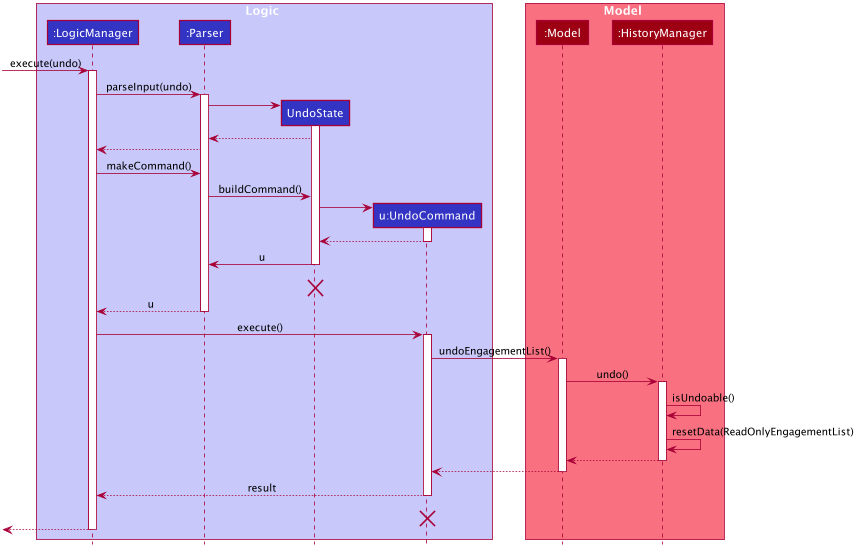
The PlantUML diagram docs/images/UndoSequenceDiagram.png in nus-cs2103-AY1920S1/addressbook-level3, before a commit.
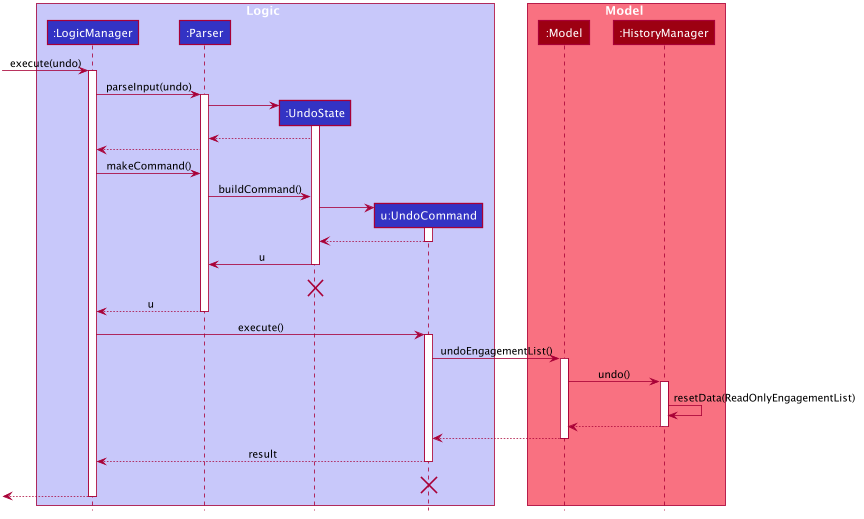
After the change.

Diff of the diagram source:
```diff
@@ -51,7 +51,7 @@
 box Logic #C8C8FA
 participant ":LogicManager" as LogicManager #3333C4
 participant ":Parser" as Parser #3333C4
-participant "UndoState" as UndoState #3333C4
+participant ":UndoState" as UndoState #3333C4
 participant "u:UndoCommand" as UndoCommand #3333C4
 end box
 
@@ -97,7 +97,6 @@
 
 Model -> HistoryManager : undo()
 activate HistoryManager
-HistoryManager -> HistoryManager :isUndoable()
 HistoryManager -> HistoryManager :resetData(ReadOnlyEngagementList)
 HistoryManager --> Model :
 deactivate HistoryManager
```
